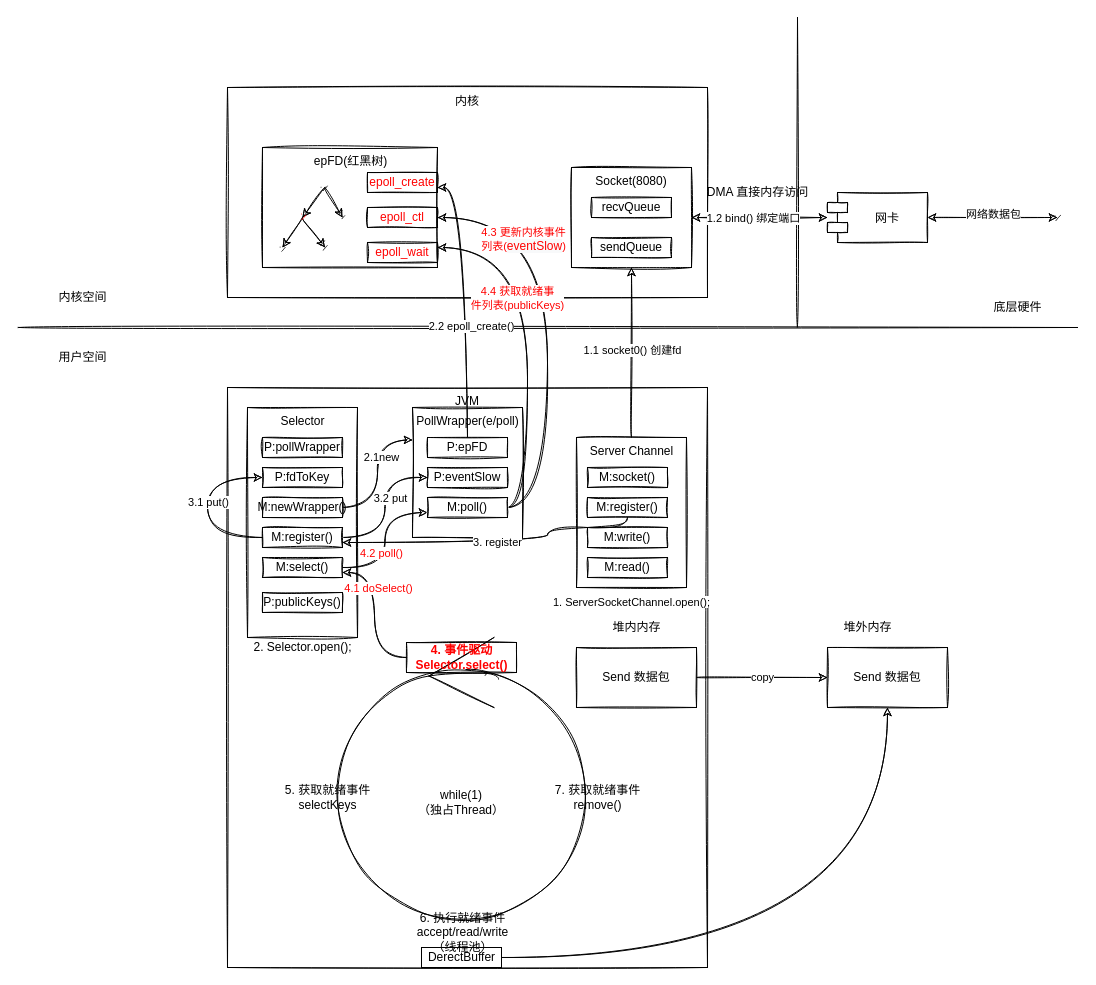
Earlier version of the draw.io diagram page "NIO架构" (1 of 2) of jdk8/reader/IO.drawio (Y-lenny/java-open). Source tidied: cells renumbered, new cells numbered last; positions are measured from the earlier drawing's top-left corner, leaving out a move shared by most shapes. Both pictures are drawn from the tidied source at 100%, with x=0, y=0 at pixel (17, 17).
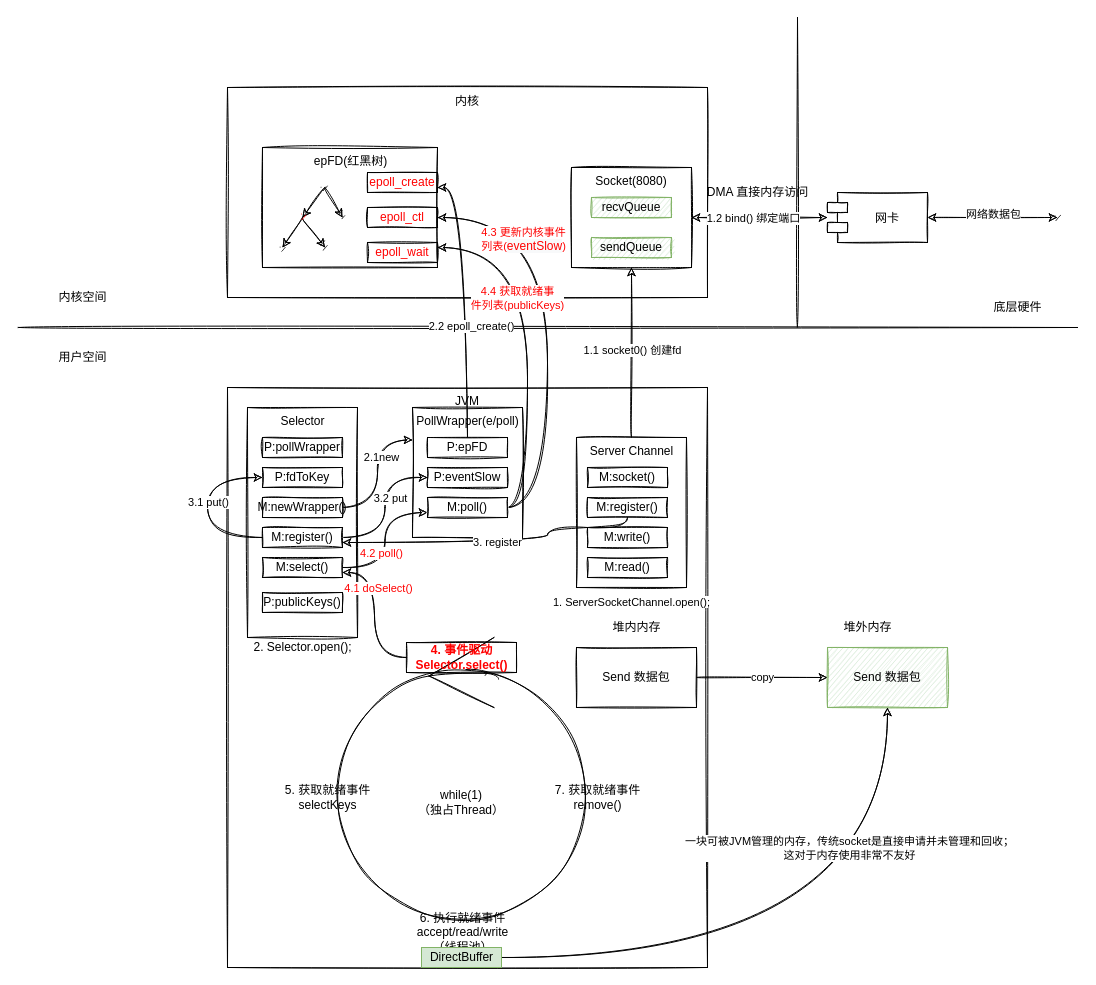
After the change.

Unchanged cells that the change refers to:
```xml
<mxCell id="79" style="edgeStyle=orthogonalEdgeStyle;curved=1;rounded=0;sketch=1;jettySize=auto;html=1;fontColor=#000000;startArrow=none;startFill=0;" parent="1" edge="1" source="80" target="76">
  <mxGeometry relative="1" as="geometry" />
</mxCell>
```

The edit, as a diff of the source:
```diff
@@
-    <mxCell id="10" value="recvQueue" style="whiteSpace=wrap;html=1;align=center;sketch=1;" parent="1" vertex="1">
+    <mxCell id="10" value="recvQueue" style="whiteSpace=wrap;html=1;align=center;sketch=1;fillColor=#d5e8d4;strokeColor=#82b366;" parent="1" vertex="1">
       <mxGeometry x="574" y="180" width="80" height="20" as="geometry" />
     </mxCell>
-    <mxCell id="11" value="&lt;span&gt;sendQueue&lt;/span&gt;" style="whiteSpace=wrap;html=1;align=center;sketch=1;" parent="1" vertex="1">
+    <mxCell id="11" value="&lt;span&gt;sendQueue&lt;/span&gt;" style="whiteSpace=wrap;html=1;align=center;sketch=1;fillColor=#d5e8d4;strokeColor=#82b366;" parent="1" vertex="1">
       <mxGeometry x="574" y="220" width="80" height="20" as="geometry" />
     </mxCell>
@@
-    <mxCell id="76" value="Send 数据包" style="rounded=0;whiteSpace=wrap;html=1;sketch=1;fontColor=#000000;strokeColor=#000000;fillColor=none;align=center;" parent="1" vertex="1">
+    <mxCell id="76" value="Send 数据包" style="rounded=0;whiteSpace=wrap;html=1;sketch=1;strokeColor=#82b366;fillColor=#d5e8d4;align=center;" parent="1" vertex="1">
       <mxGeometry x="810" y="630" width="120" height="60" as="geometry" />
     </mxCell>
@@
+    <mxCell id="81" value="一块可被JVM管理的内存，传统socket是直接申请并未管理和回收；&lt;br&gt;这对于内存使用非常不友好" style="edgeLabel;html=1;align=center;verticalAlign=middle;fontColor=#000000;" parent="79" vertex="1">
+      <mxGeometry x="0.56" y="39" relative="1" as="geometry" />
+    </mxCell>
-    <mxCell id="80" value="DerectBuffer" style="text;html=1;align=center;verticalAlign=middle;points=[];fontColor=#000000;strokeColor=#000000;" parent="1" vertex="1">
+    <mxCell id="80" value="DirectBuffer" style="text;html=1;align=center;verticalAlign=middle;points=[];strokeColor=#82b366;fillColor=#d5e8d4;" parent="1" vertex="1">
       <mxGeometry x="404" y="930" width="80" height="20" as="geometry" />
     </mxCell>
```
